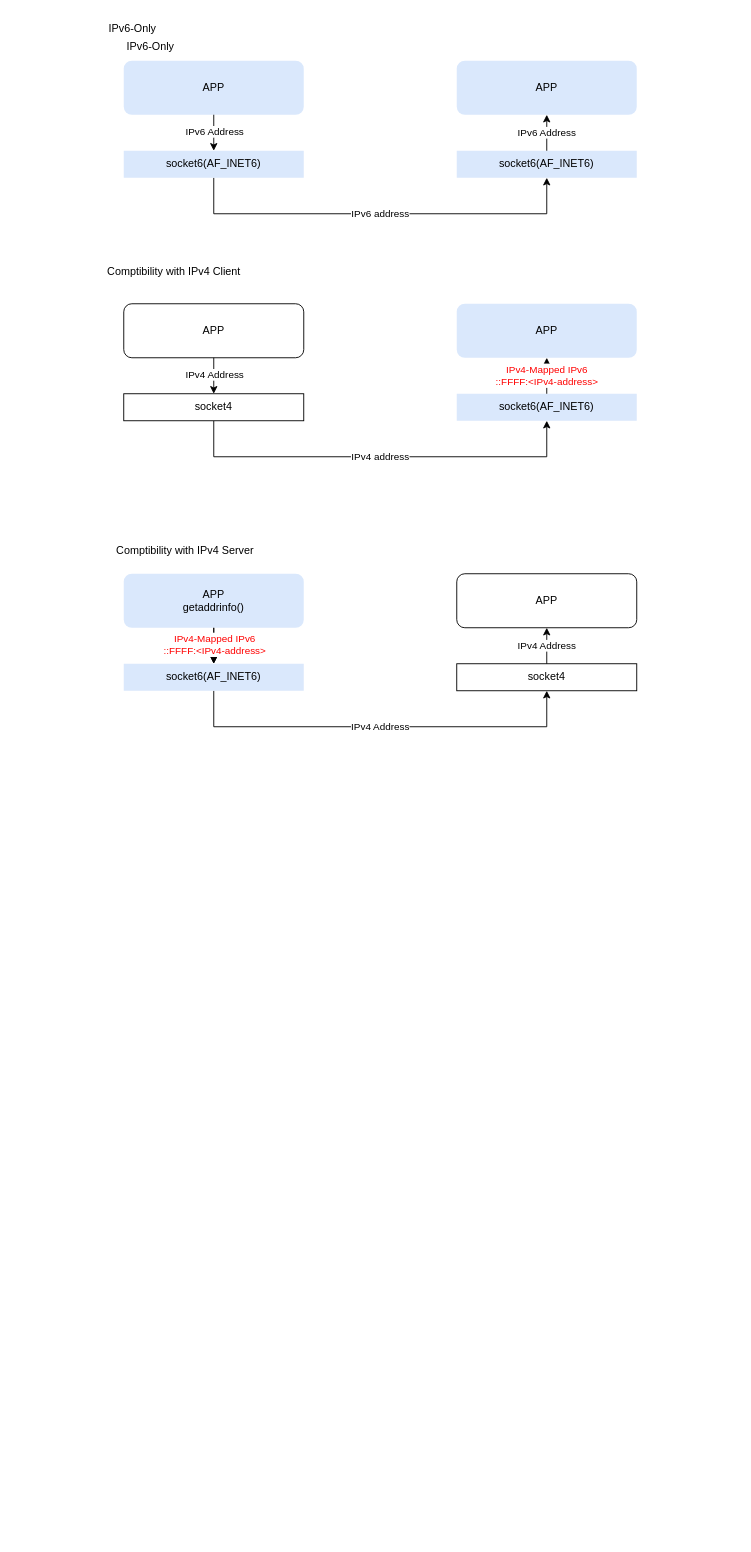
Before: Dual-Stack Socket.drawio in anorqiu9/drawio, a draw.io diagram. Source tidied: cells renumbered, new cells numbered last; positions are measured from the earlier drawing's top-left corner, leaving out a move shared by most shapes. Both pictures are drawn from the tidied source at 90%, with x=0, y=0 at pixel (105, 15).
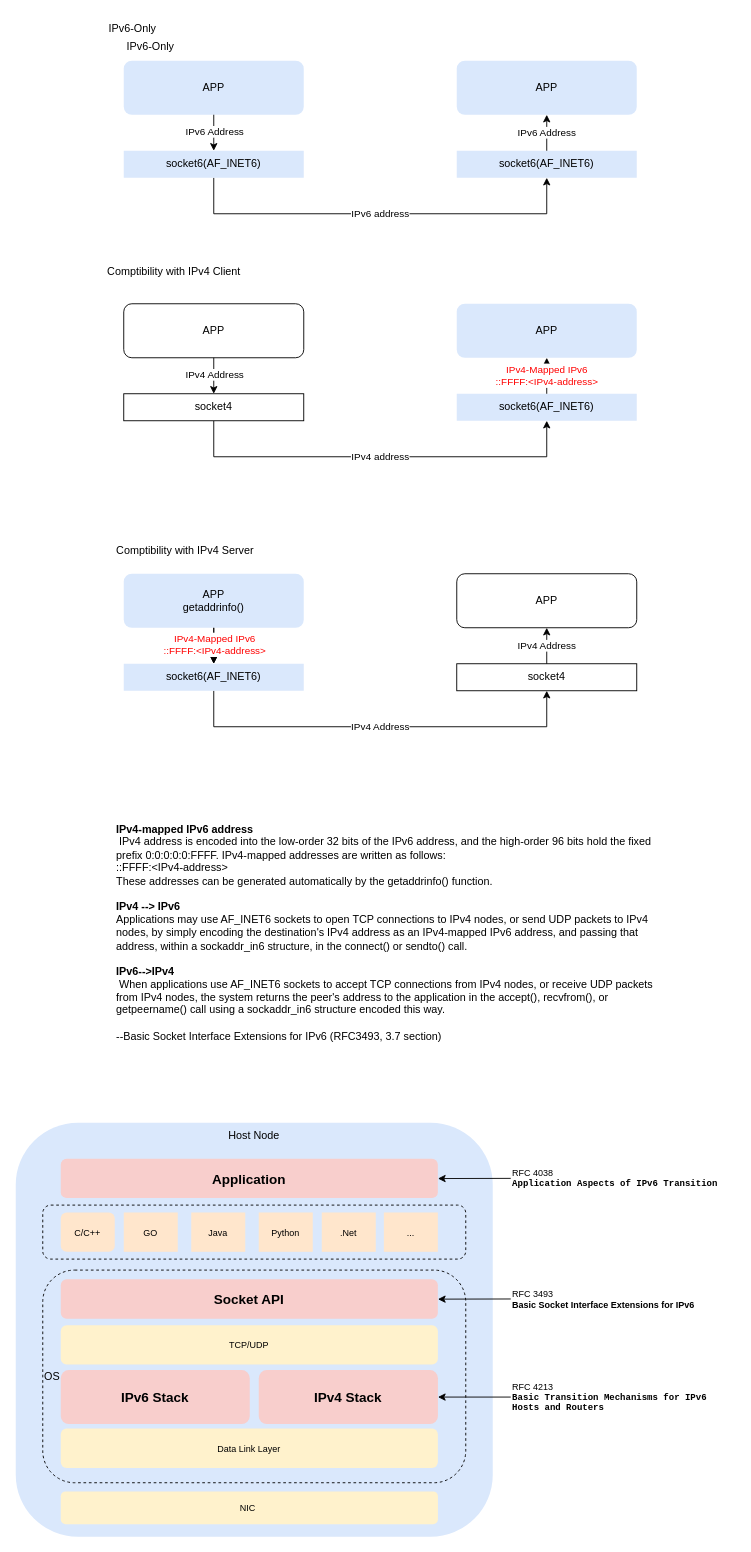
Above is the later version.

Change to the diagram source:
```diff
@@
+    <mxCell id="31" value="Host Node" style="whiteSpace=wrap;html=1;rounded=1;fillColor=#dae8fc;strokeColor=none;verticalAlign=top;align=center;" parent="1" vertex="1">
+      <mxGeometry x="-100" y="1230" width="530" height="460" as="geometry" />
+    </mxCell>
+    <mxCell id="32" style="whiteSpace=wrap;html=1;rounded=1;fillColor=none;strokeColor=default;verticalAlign=middle;align=left;dashed=1;strokeWidth=1;" parent="1" vertex="1">
+      <mxGeometry x="-70" y="1321.5" width="470" height="60" as="geometry" />
+    </mxCell>
+    <mxCell id="33" value="OS" style="whiteSpace=wrap;html=1;rounded=1;fillColor=none;strokeColor=default;verticalAlign=middle;align=left;dashed=1;strokeWidth=1;" parent="1" vertex="1">
+      <mxGeometry x="-70" y="1393.7" width="470" height="236.3" as="geometry" />
+    </mxCell>
@@
+    <mxCell id="34" value="&lt;b&gt;IPv4-mapped IPv6 address&lt;/b&gt;&lt;div&gt;&amp;nbsp;IPv4 address is encoded into the low-order 32 bits of the IPv6 address, and the high-order 96 bits hold the fixed prefix 0:0:0:0:0:FFFF.  IPv4-mapped addresses are written as follows:&lt;br&gt;      ::FFFF:&amp;lt;IPv4-address&amp;gt;&lt;br&gt;   These addresses can be generated automatically by the getaddrinfo() function.&lt;br&gt;&lt;br&gt;&lt;b&gt;IPv4 --&amp;gt; IPv6&lt;/b&gt;&lt;br&gt;   Applications may use AF_INET6 sockets to open TCP connections to IPv4 nodes, or send UDP packets to IPv4 nodes, by simply encoding the&amp;nbsp;destination's IPv4 address as an IPv4-mapped IPv6 address, and passing that address, within a sockaddr_in6 structure, in the connect() or sendto() call.&amp;nbsp;&lt;/div&gt;&lt;div&gt;&lt;br&gt;&lt;/div&gt;&lt;div&gt;&lt;b&gt;IPv6--&amp;gt;IPv4&lt;/b&gt;&lt;/div&gt;&lt;div&gt;&amp;nbsp;When applications use AF_INET6 sockets to accept TCP connections from IPv4 nodes, or receive UDP packets from IPv4 nodes, the system returns the peer's address to the application in the accept(), recvfrom(), or getpeername() call using a sockaddr_in6 structure encoded this way.&lt;/div&gt;&lt;div&gt;&lt;br&gt;&lt;/div&gt;&lt;div&gt;--Basic Socket Interface Extensions for IPv6 (RFC3493, 3.7 section)&lt;/div&gt;" style="text;whiteSpace=wrap;html=1;" parent="1" vertex="1">
+      <mxGeometry x="10" y="890" width="610" height="280" as="geometry" />
+    </mxCell>
+    <mxCell id="35" value="&lt;div style=&quot;&quot;&gt;&lt;span style=&quot;background-color: initial;&quot;&gt;NIC&amp;nbsp;&lt;/span&gt;&lt;/div&gt;" style="rounded=1;whiteSpace=wrap;html=1;fontSize=10;strokeWidth=1;strokeColor=none;fillColor=#fff2cc;align=center;flipV=0;flipH=1;" parent="1" vertex="1">
+      <mxGeometry x="-50" y="1639.6" width="419.1" height="36.4" as="geometry" />
+    </mxCell>
+    <mxCell id="36" value="IPv6 Stack" style="rounded=1;whiteSpace=wrap;html=1;fontSize=15;strokeWidth=1;strokeColor=none;fillColor=#f8cecc;fontStyle=1;flipV=1;flipH=1;" parent="1" vertex="1">
+      <mxGeometry x="-50" y="1504.8" width="210" height="60" as="geometry" />
+    </mxCell>
+    <mxCell id="37" value="Data Link Layer" style="rounded=1;whiteSpace=wrap;html=1;fontSize=10;strokeWidth=1;strokeColor=none;fillColor=#fff2cc;align=center;flipV=1;flipH=1;" parent="1" vertex="1">
+      <mxGeometry x="-50" y="1569.8" width="419" height="43.7" as="geometry" />
+    </mxCell>
+    <mxCell id="38" value="TCP/UDP" style="rounded=1;whiteSpace=wrap;html=1;fontSize=10;strokeWidth=1;strokeColor=none;fillColor=#fff2cc;align=center;flipV=1;flipH=1;" parent="1" vertex="1">
+      <mxGeometry x="-50" y="1455" width="419" height="43.7" as="geometry" />
+    </mxCell>
+    <mxCell id="39" value="Socket API" style="rounded=1;whiteSpace=wrap;html=1;fontSize=15;strokeWidth=1;strokeColor=none;fillColor=#f8cecc;align=center;fontStyle=1;flipV=1;flipH=1;" parent="1" vertex="1">
+      <mxGeometry x="-50" y="1404" width="419" height="43.7" as="geometry" />
+    </mxCell>
+    <mxCell id="40" value="C/C++" style="rounded=1;whiteSpace=wrap;html=1;fontSize=10;strokeWidth=1;strokeColor=none;fillColor=#ffe6cc;align=center;flipV=0;flipH=1;" parent="1" vertex="1">
+      <mxGeometry x="-50" y="1329.7" width="60" height="43.7" as="geometry" />
+    </mxCell>
+    <mxCell id="41" value="GO" style="rounded=1;whiteSpace=wrap;html=1;fontSize=10;strokeWidth=1;strokeColor=none;fillColor=#ffe6cc;align=center;arcSize=0;" parent="1" vertex="1">
+      <mxGeometry x="20" y="1329.7" width="60" height="43.7" as="geometry" />
+    </mxCell>
+    <mxCell id="42" value="Java" style="rounded=1;whiteSpace=wrap;html=1;fontSize=10;strokeWidth=1;strokeColor=none;fillColor=#ffe6cc;align=center;arcSize=0;" parent="1" vertex="1">
+      <mxGeometry x="95" y="1329.7" width="60" height="43.7" as="geometry" />
+    </mxCell>
+    <mxCell id="43" value="Python" style="rounded=1;whiteSpace=wrap;html=1;fontSize=10;strokeWidth=1;strokeColor=none;fillColor=#ffe6cc;align=center;arcSize=0;" parent="1" vertex="1">
+      <mxGeometry x="170" y="1329.7" width="60" height="43.7" as="geometry" />
+    </mxCell>
+    <mxCell id="44" value=".Net" style="rounded=1;whiteSpace=wrap;html=1;fontSize=10;strokeWidth=1;strokeColor=none;fillColor=#ffe6cc;align=center;arcSize=0;" parent="1" vertex="1">
+      <mxGeometry x="240" y="1329.7" width="60" height="43.7" as="geometry" />
+    </mxCell>
+    <mxCell id="45" value="..." style="rounded=1;whiteSpace=wrap;html=1;fontSize=10;strokeWidth=1;strokeColor=none;fillColor=#ffe6cc;align=center;arcSize=0;" parent="1" vertex="1">
+      <mxGeometry x="309" y="1329.7" width="60" height="43.7" as="geometry" />
+    </mxCell>
+    <mxCell id="46" value="Application" style="rounded=1;whiteSpace=wrap;html=1;fontSize=15;strokeWidth=1;strokeColor=none;fillColor=#f8cecc;align=center;fontStyle=1;flipV=0;flipH=1;" parent="1" vertex="1">
+      <mxGeometry x="-50" y="1270" width="419" height="43.7" as="geometry" />
+    </mxCell>
+    <mxCell id="47" value="IPv4 Stack" style="rounded=1;whiteSpace=wrap;html=1;fontSize=15;strokeWidth=1;strokeColor=none;fillColor=#f8cecc;fontStyle=1;" parent="1" vertex="1">
+      <mxGeometry x="170" y="1504.8" width="199.1" height="60" as="geometry" />
+    </mxCell>
+    <mxCell id="48" value="&lt;div style=&quot;font-size: 10px;&quot;&gt;RFC 4213&lt;/div&gt;&lt;div style=&quot;font-size: 10px;&quot;&gt;&lt;pre style=&quot;font-size: 10px; margin-top: 0px; margin-bottom: 0px;&quot;&gt;&lt;span style=&quot;display: inline; font-size: 10px; font-weight: bold;&quot; class=&quot;h1&quot;&gt;Basic Transition Mechanisms for IPv6 &lt;/span&gt;&lt;/pre&gt;&lt;pre style=&quot;font-size: 10px; margin-top: 0px; margin-bottom: 0px;&quot;&gt;&lt;span style=&quot;display: inline; font-size: 10px; font-weight: bold;&quot; class=&quot;h1&quot;&gt;Hosts and Routers&lt;/span&gt;&lt;/pre&gt;&lt;/div&gt;" style="text;html=1;align=left;verticalAlign=middle;rounded=0;fontSize=10;whiteSpace=wrap;" parent="1" vertex="1">
+      <mxGeometry x="450" y="1509.8" width="220" height="50" as="geometry" />
+    </mxCell>
+    <mxCell id="49" style="endArrow=classic;html=1;rounded=0;exitX=0;exitY=0.5;exitDx=0;exitDy=0;entryX=1;entryY=0.5;entryDx=0;entryDy=0;" parent="1" edge="1" source="48" target="47">
+      <mxGeometry relative="1" as="geometry" />
+    </mxCell>
+    <mxCell id="50" value="&lt;div style=&quot;font-size: 10px;&quot;&gt;RFC 3493&lt;/div&gt;&lt;div style=&quot;&quot;&gt;&lt;b&gt;Basic Socket Interface Extensions for IPv6&lt;/b&gt;&lt;br&gt;&lt;/div&gt;" style="text;html=1;align=left;verticalAlign=middle;whiteSpace=wrap;rounded=0;fontSize=10;" parent="1" vertex="1">
+      <mxGeometry x="450" y="1400.8" width="239.9" height="50" as="geometry" />
+    </mxCell>
+    <mxCell id="51" style="endArrow=classic;html=1;rounded=0;exitX=0;exitY=0.5;exitDx=0;exitDy=0;entryX=1;entryY=0.5;entryDx=0;entryDy=0;" parent="1" edge="1" source="50">
+      <mxGeometry relative="1" as="geometry">
+        <mxPoint x="369.1" y="1426" as="targetPoint" />
+      </mxGeometry>
+    </mxCell>
+    <mxCell id="52" value="&lt;div style=&quot;font-size: 10px;&quot;&gt;RFC 4038&lt;/div&gt;&lt;div style=&quot;font-size: 10px;&quot;&gt;&lt;pre style=&quot;font-size: 10px; margin-top: 0px; margin-bottom: 0px;&quot;&gt;&lt;span style=&quot;display: inline; font-size: 10px; font-weight: bold;&quot; class=&quot;h1&quot;&gt;Application Aspects of IPv6 Transition&lt;/span&gt;&lt;/pre&gt;&lt;/div&gt;" style="text;html=1;align=left;verticalAlign=middle;whiteSpace=wrap;rounded=0;fontSize=10;" parent="1" vertex="1">
+      <mxGeometry x="450" y="1266.8" width="249.9" height="50" as="geometry" />
+    </mxCell>
+    <mxCell id="53" style="endArrow=classic;html=1;rounded=0;exitX=0;exitY=0.5;exitDx=0;exitDy=0;entryX=1;entryY=0.5;entryDx=0;entryDy=0;" parent="1" edge="1" source="52">
+      <mxGeometry relative="1" as="geometry">
+        <mxPoint x="369.1" y="1292" as="targetPoint" />
+      </mxGeometry>
+    </mxCell>
```
